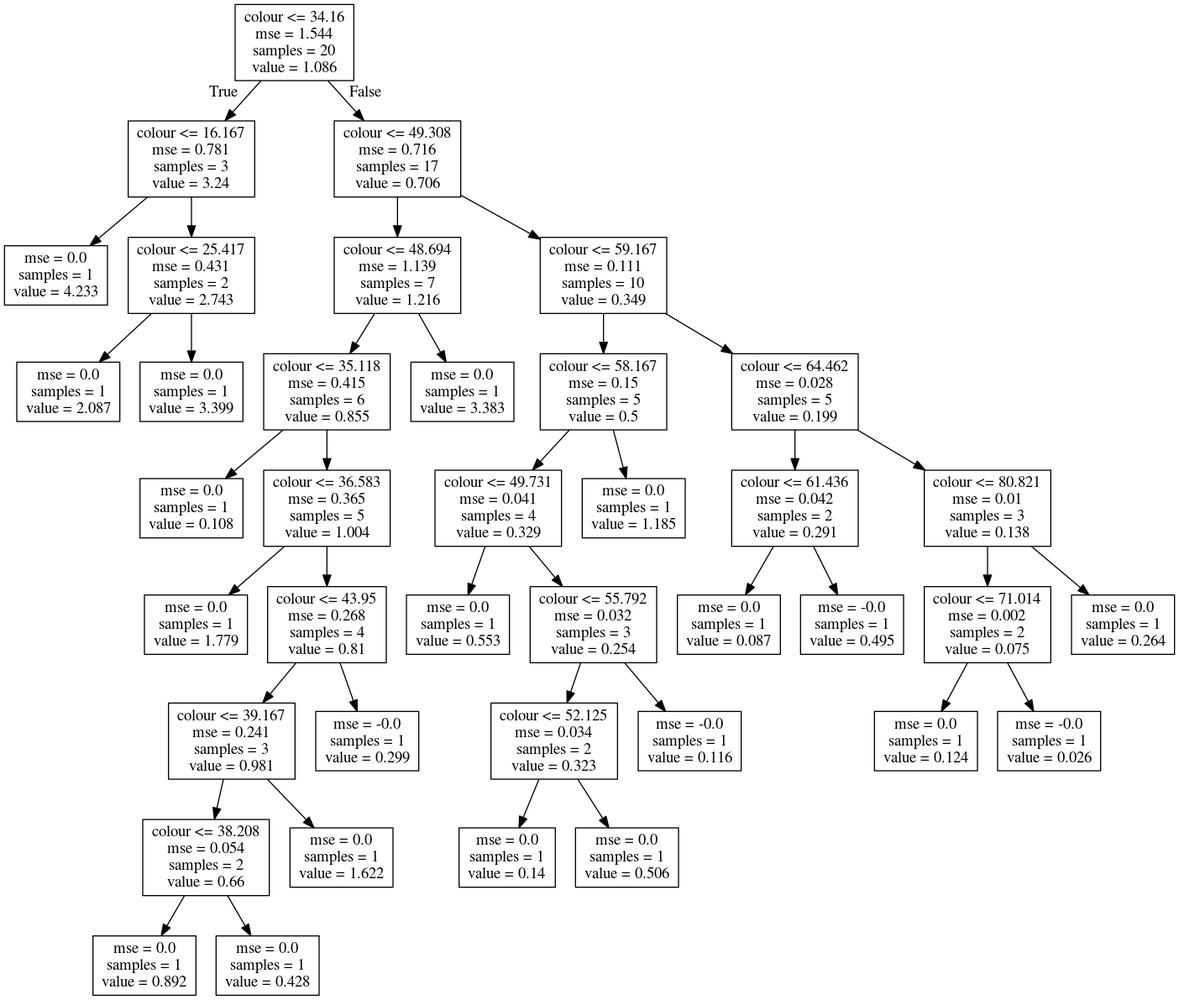
Before: Norway_Morsa/Model_Development/Figures/Discretization_regTrees/aut_Cyano-colour.png, a diagram exported from Graphviz (icra/WATExR). Its source is kept beside it as Norway_Morsa/Model_Development/Figures/Discretization_regTrees/aut_Cyano-colour.dot.
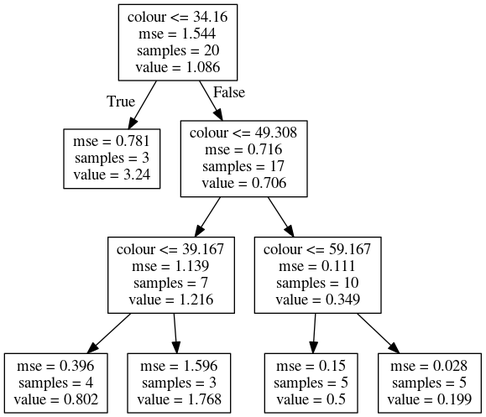
After the change.

The edit, as a diff of the source:
```diff
@@ -1,80 +1,20 @@
 digraph Tree {
 node [shape=box] ;
 0 [label="colour <= 34.16\nmse = 1.544\nsamples = 20\nvalue = 1.086"] ;
-1 [label="colour <= 16.167\nmse = 0.781\nsamples = 3\nvalue = 3.24"] ;
+1 [label="mse = 0.781\nsamples = 3\nvalue = 3.24"] ;
 0 -> 1 [labeldistance=2.5, labelangle=45, headlabel="True"] ;
-2 [label="mse = 0.0\nsamples = 1\nvalue = 4.233"] ;
-1 -> 2 ;
-3 [label="colour <= 25.417\nmse = 0.431\nsamples = 2\nvalue = 2.743"] ;
-1 -> 3 ;
-4 [label="mse = 0.0\nsamples = 1\nvalue = 2.087"] ;
-3 -> 4 ;
-5 [label="mse = 0.0\nsamples = 1\nvalue = 3.399"] ;
+2 [label="colour <= 49.308\nmse = 0.716\nsamples = 17\nvalue = 0.706"] ;
+0 -> 2 [labeldistance=2.5, labelangle=-45, headlabel="False"] ;
+3 [label="colour <= 39.167\nmse = 1.139\nsamples = 7\nvalue = 1.216"] ;
+2 -> 3 ;
+5 [label="mse = 0.396\nsamples = 4\nvalue = 0.802"] ;
 3 -> 5 ;
-6 [label="colour <= 49.308\nmse = 0.716\nsamples = 17\nvalue = 0.706"] ;
-0 -> 6 [labeldistance=2.5, labelangle=-45, headlabel="False"] ;
-7 [label="colour <= 48.694\nmse = 1.139\nsamples = 7\nvalue = 1.216"] ;
-6 -> 7 ;
-8 [label="colour <= 35.118\nmse = 0.415\nsamples = 6\nvalue = 0.855"] ;
-7 -> 8 ;
-9 [label="mse = 0.0\nsamples = 1\nvalue = 0.108"] ;
-8 -> 9 ;
-10 [label="colour <= 36.583\nmse = 0.365\nsamples = 5\nvalue = 1.004"] ;
-8 -> 10 ;
-11 [label="mse = 0.0\nsamples = 1\nvalue = 1.779"] ;
-10 -> 11 ;
-12 [label="colour <= 43.95\nmse = 0.268\nsamples = 4\nvalue = 0.81"] ;
-10 -> 12 ;
-13 [label="colour <= 39.167\nmse = 0.241\nsamples = 3\nvalue = 0.981"] ;
-12 -> 13 ;
-14 [label="colour <= 38.208\nmse = 0.054\nsamples = 2\nvalue = 0.66"] ;
-13 -> 14 ;
-15 [label="mse = 0.0\nsamples = 1\nvalue = 0.892"] ;
-14 -> 15 ;
-16 [label="mse = 0.0\nsamples = 1\nvalue = 0.428"] ;
-14 -> 16 ;
-17 [label="mse = 0.0\nsamples = 1\nvalue = 1.622"] ;
-13 -> 17 ;
-18 [label="mse = -0.0\nsamples = 1\nvalue = 0.299"] ;
-12 -> 18 ;
-19 [label="mse = 0.0\nsamples = 1\nvalue = 3.383"] ;
-7 -> 19 ;
-20 [label="colour <= 59.167\nmse = 0.111\nsamples = 10\nvalue = 0.349"] ;
-6 -> 20 ;
-21 [label="colour <= 58.167\nmse = 0.15\nsamples = 5\nvalue = 0.5"] ;
-20 -> 21 ;
-22 [label="colour <= 49.731\nmse = 0.041\nsamples = 4\nvalue = 0.329"] ;
-21 -> 22 ;
-23 [label="mse = 0.0\nsamples = 1\nvalue = 0.553"] ;
-22 -> 23 ;
-24 [label="colour <= 55.792\nmse = 0.032\nsamples = 3\nvalue = 0.254"] ;
-22 -> 24 ;
-25 [label="colour <= 52.125\nmse = 0.034\nsamples = 2\nvalue = 0.323"] ;
-24 -> 25 ;
-26 [label="mse = 0.0\nsamples = 1\nvalue = 0.14"] ;
-25 -> 26 ;
-27 [label="mse = 0.0\nsamples = 1\nvalue = 0.506"] ;
-25 -> 27 ;
-28 [label="mse = -0.0\nsamples = 1\nvalue = 0.116"] ;
-24 -> 28 ;
-29 [label="mse = 0.0\nsamples = 1\nvalue = 1.185"] ;
-21 -> 29 ;
-30 [label="colour <= 64.462\nmse = 0.028\nsamples = 5\nvalue = 0.199"] ;
-20 -> 30 ;
-31 [label="colour <= 61.436\nmse = 0.042\nsamples = 2\nvalue = 0.291"] ;
-30 -> 31 ;
-32 [label="mse = 0.0\nsamples = 1\nvalue = 0.087"] ;
-31 -> 32 ;
-33 [label="mse = -0.0\nsamples = 1\nvalue = 0.495"] ;
-31 -> 33 ;
-34 [label="colour <= 80.821\nmse = 0.01\nsamples = 3\nvalue = 0.138"] ;
-30 -> 34 ;
-35 [label="colour <= 71.014\nmse = 0.002\nsamples = 2\nvalue = 0.075"] ;
-34 -> 35 ;
-36 [label="mse = 0.0\nsamples = 1\nvalue = 0.124"] ;
-35 -> 36 ;
-37 [label="mse = -0.0\nsamples = 1\nvalue = 0.026"] ;
-35 -> 37 ;
-38 [label="mse = 0.0\nsamples = 1\nvalue = 0.264"] ;
-34 -> 38 ;
+6 [label="mse = 1.596\nsamples = 3\nvalue = 1.768"] ;
+3 -> 6 ;
+4 [label="colour <= 59.167\nmse = 0.111\nsamples = 10\nvalue = 0.349"] ;
+2 -> 4 ;
+7 [label="mse = 0.15\nsamples = 5\nvalue = 0.5"] ;
+4 -> 7 ;
+8 [label="mse = 0.028\nsamples = 5\nvalue = 0.199"] ;
+4 -> 8 ;
 }
```
